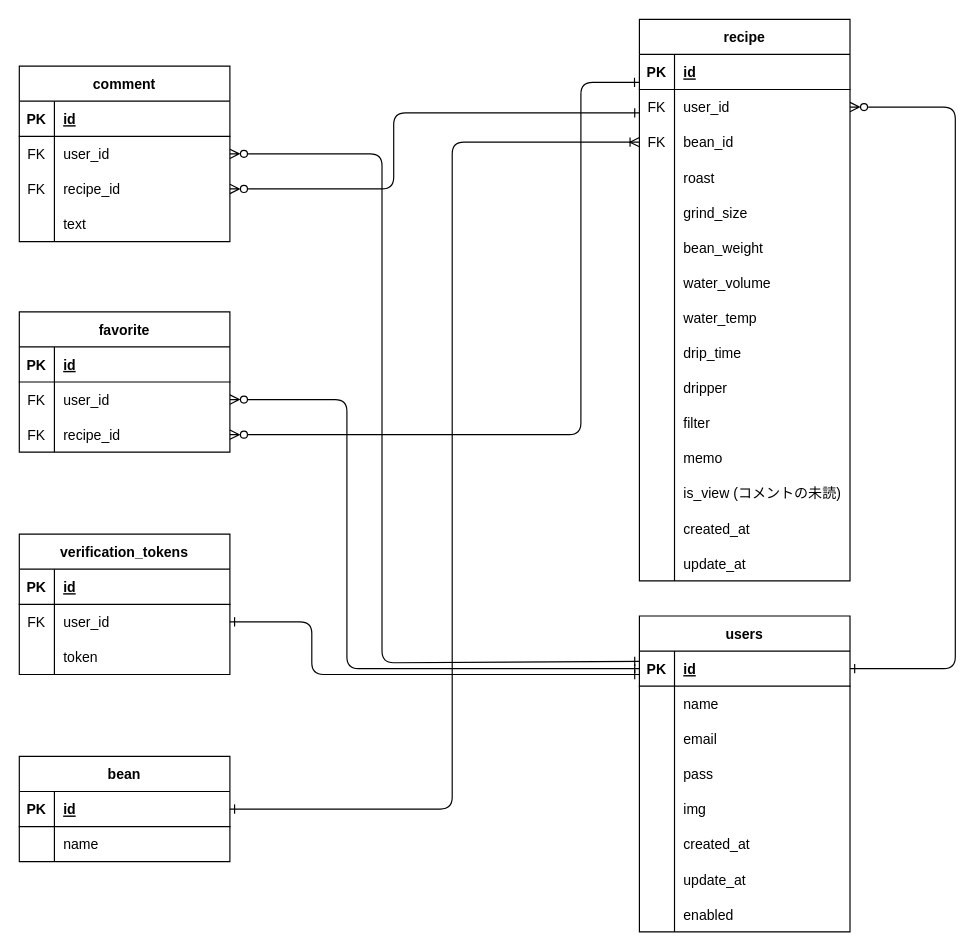
This is ER.dio from sasa-0823/my_coffee, a draw.io file, before an edit. Source tidied: cells renumbered, new cells numbered last; positions are measured from the earlier drawing's top-left corner, leaving out a move shared by most shapes. Both pictures are drawn from the tidied source at 117%, with x=0, y=0 at pixel (19, 19).
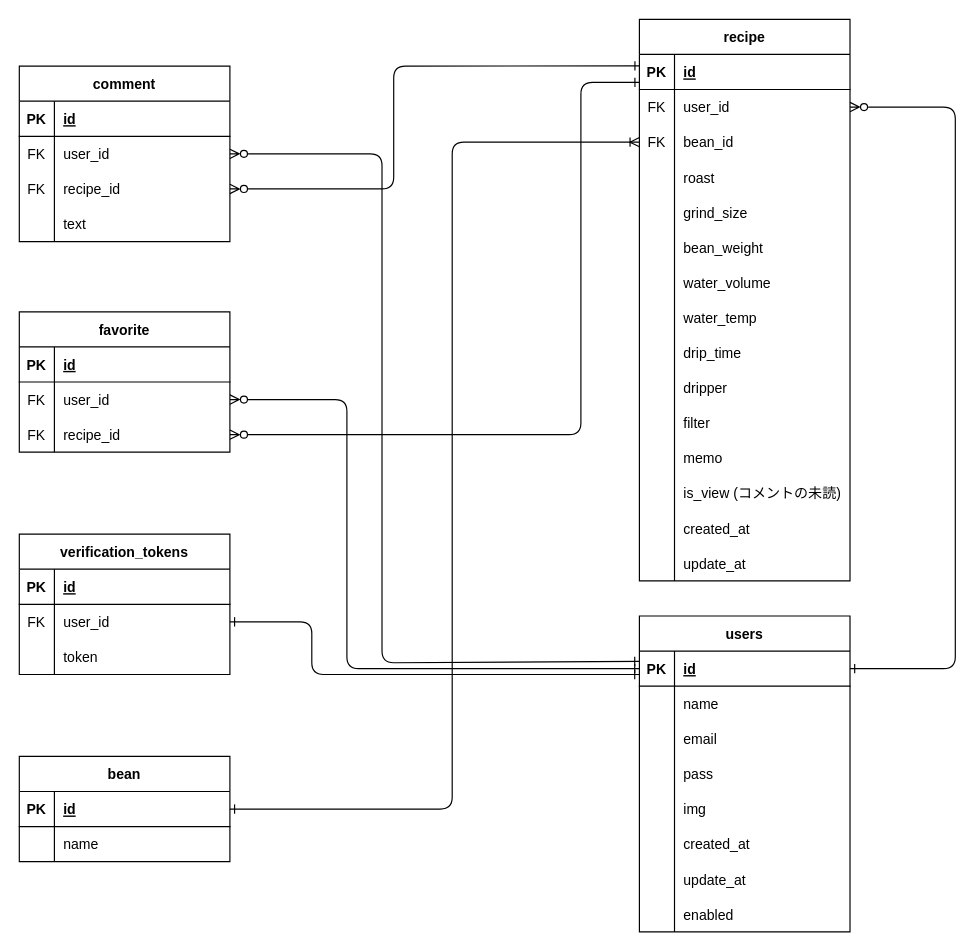
Above is the later version.

Unchanged cells that the change refers to:
```xml
<mxCell id="3" style="shape=tableRow;horizontal=0;startSize=0;swimlaneHead=0;swimlaneBody=0;fillColor=none;points=[[0,0.5],[1,0.5]];portConstraint=eastwest;top=0;left=0;right=0;bottom=1;" parent="2" vertex="1">
  <mxGeometry y="30" width="180" height="30" as="geometry" />
</mxCell>
<mxCell id="91" style="shape=tableRow;horizontal=0;startSize=0;swimlaneHead=0;swimlaneBody=0;fillColor=none;points=[[0,0.5],[1,0.5]];portConstraint=eastwest;top=0;left=0;right=0;bottom=0;" parent="84" vertex="1">
  <mxGeometry y="90" width="180" height="30" as="geometry" />
</mxCell>
<mxCell id="101" style="shape=tableRow;horizontal=0;startSize=0;swimlaneHead=0;swimlaneBody=0;fillColor=none;points=[[0,0.5],[1,0.5]];portConstraint=eastwest;top=0;left=0;right=0;bottom=0;" parent="94" vertex="1">
  <mxGeometry y="90" width="180" height="30" as="geometry" />
</mxCell>
```

Diff of the diagram source:
```diff
@@
-    <mxCell id="109" style="edgeStyle=none;html=1;entryX=-0.001;entryY=0.795;entryDx=0;entryDy=0;exitX=1;exitY=0.5;exitDx=0;exitDy=0;endArrow=ERone;endFill=0;startArrow=ERzeroToMany;startFill=0;entryPerimeter=0;" parent="1" edge="1" source="91" target="3">
+    <mxCell id="109" style="edgeStyle=none;html=1;entryX=0.001;entryY=0.795;entryDx=0;entryDy=0;exitX=1;exitY=0.5;exitDx=0;exitDy=0;endArrow=ERone;endFill=0;startArrow=ERzeroToMany;startFill=0;entryPerimeter=0;" parent="1" edge="1" source="91" target="3">
       <mxGeometry relative="1" as="geometry">
         <Array as="points">
           <mxPoint x="480" y="355" />
           <mxPoint x="480" y="54" />
         </Array>
       </mxGeometry>
     </mxCell>
-    <mxCell id="110" style="edgeStyle=none;html=1;exitX=1;exitY=0.5;exitDx=0;exitDy=0;endArrow=ERone;endFill=0;startArrow=ERzeroToMany;startFill=0;" parent="1" edge="1" source="101">
+    <mxCell id="110" style="edgeStyle=none;html=1;exitX=1;exitY=0.5;exitDx=0;exitDy=0;endArrow=ERone;endFill=0;startArrow=ERzeroToMany;startFill=0;entryX=0.001;entryY=0.326;entryDx=0;entryDy=0;entryPerimeter=0;" parent="1" edge="1" source="101" target="3">
       <mxGeometry relative="1" as="geometry">
-        <mxPoint x="530" y="80" as="targetPoint" />
         <Array as="points">
           <mxPoint x="320" y="145" />
-          <mxPoint x="320" y="80" />
+          <mxPoint x="320" y="40" />
         </Array>
       </mxGeometry>
     </mxCell>
```
